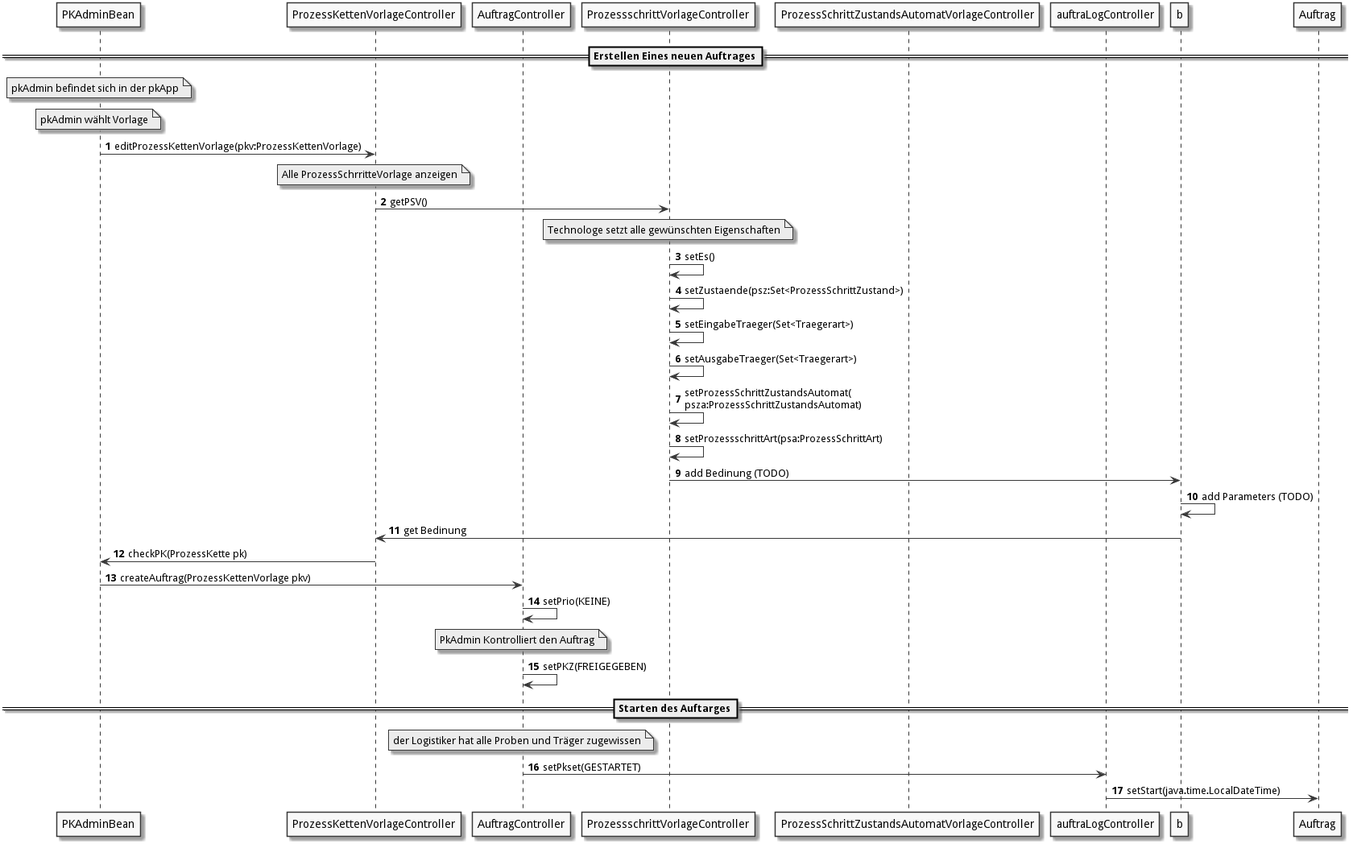
Above: doc/UML/aw/pkErstellen.png in fkehlenb/softwareprojekt-2 (PlantUML), before the change. Its diagram source:
```plantuml
@startuml
autonumber
skinparam monochrome true


participant "PKAdminBean" as pkaB
participant "ProzessKettenVorlageController" as pkv
participant "AuftragController" as auftrag
participant "ProzessschrittVorlageController" as psv
participant "ProzessSchrittZustandsAutomatVorlageController" as psza
participant "auftraLogController" as aLog

  ==Erstellen Eines neuen Auftrages==
note over pkaB : pkAdmin befindet sich in der pkApp
note over pkaB: pkAdmin wählt Vorlage
pkaB -> pkv : editProzessKettenVorlage(pkv:ProzessKettenVorlage)
note over pkv : Alle ProzessSchrritteVorlage anzeigen
pkv -> psv : getPSV()
note over psv : Technologe setzt alle gewünschten Eigenschaften
psv -> psv : setEs()
psv -> psv : setZustaende(psz:Set<ProzessSchrittZustand>)
psv -> psv :  setEingabeTraeger(Set<Traegerart>)
psv -> psv : setAusgabeTraeger(Set<Traegerart>)
psv -> psv : setProzessSchrittZustandsAutomat(\npsza:ProzessSchrittZustandsAutomat)
psv -> psv :  setProzessschrittArt(psa:ProzessSchrittArt)
psv -> b : add Bedinung (TODO)
b -> b : add Parameters (TODO)
b -> pkv : get Bedinung
pkv -> pkaB : checkPK(ProzessKette pk)
pkaB -> auftrag : createAuftrag(ProzessKettenVorlage pkv)
auftrag -> auftrag : setPrio(KEINE)
note over auftrag : PkAdmin Kontrolliert den Auftrag
auftrag -> auftrag : setPKZ(FREIGEGEBEN)
==Starten des Auftarges==
note over auftrag : der Logistiker hat alle Proben und Träger zugewissen
auftrag -> aLog : setPkset(GESTARTET)
aLog -> Auftrag : setStart(java.time.LocalDateTime)


@enduml
```
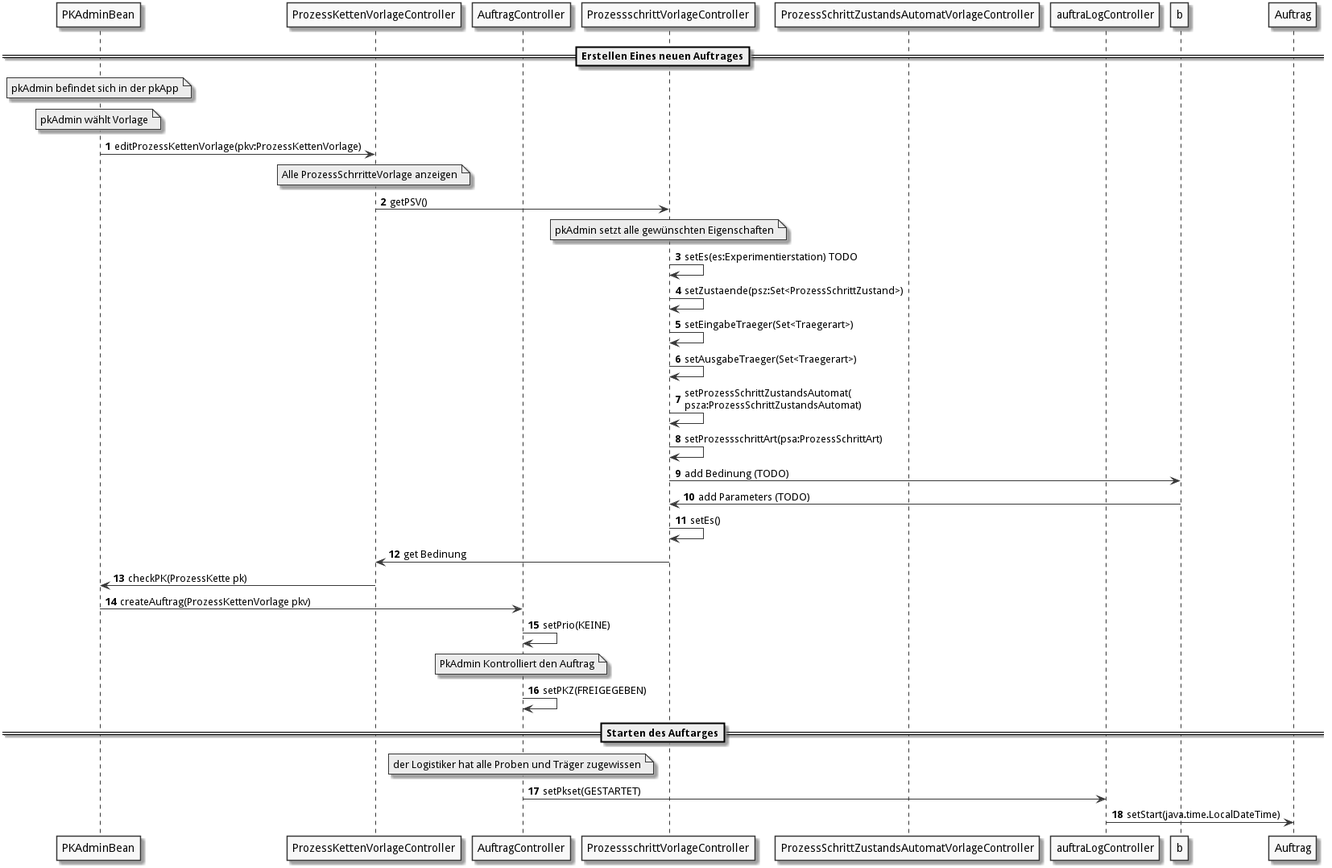
After the change.

Change to the diagram source:
```diff
@@ -16,16 +16,17 @@
 pkaB -> pkv : editProzessKettenVorlage(pkv:ProzessKettenVorlage)
 note over pkv : Alle ProzessSchrritteVorlage anzeigen
 pkv -> psv : getPSV()
-note over psv : Technologe setzt alle gewünschten Eigenschaften
-psv -> psv : setEs()
+note over psv : pkAdmin setzt alle gewünschten Eigenschaften
+psv -> psv : setEs(es:Experimentierstation) TODO
 psv -> psv : setZustaende(psz:Set<ProzessSchrittZustand>)
 psv -> psv :  setEingabeTraeger(Set<Traegerart>)
 psv -> psv : setAusgabeTraeger(Set<Traegerart>)
 psv -> psv : setProzessSchrittZustandsAutomat(\npsza:ProzessSchrittZustandsAutomat)
 psv -> psv :  setProzessschrittArt(psa:ProzessSchrittArt)
 psv -> b : add Bedinung (TODO)
-b -> b : add Parameters (TODO)
-b -> pkv : get Bedinung
+b -> psv : add Parameters (TODO)
+psv -> psv : setEs()
+psv -> pkv : get Bedinung
 pkv -> pkaB : checkPK(ProzessKette pk)
 pkaB -> auftrag : createAuftrag(ProzessKettenVorlage pkv)
 auftrag -> auftrag : setPrio(KEINE)
```
